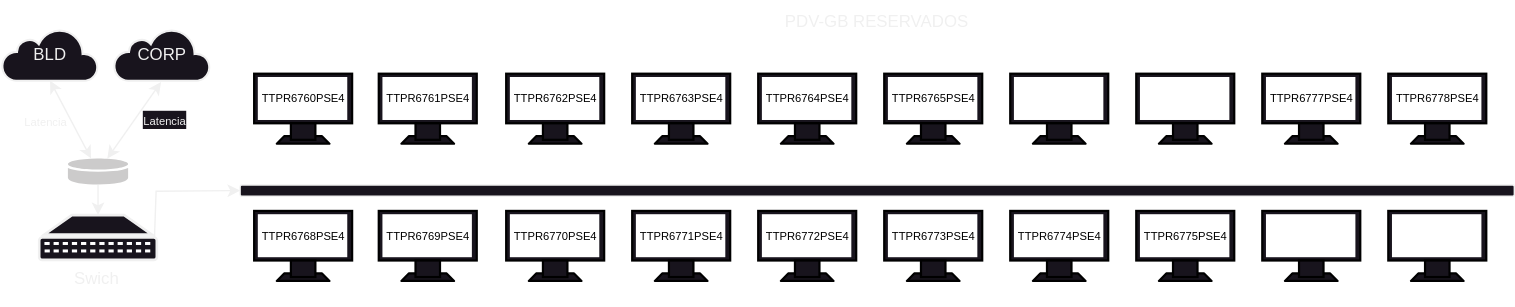
Before: Arquivo_svg_grafana/piloparqueV2.svg, a diagram exported from draw.io (PauloBassani-s/Grafana_Teste). Source tidied: cells renumbered, new cells last; positions are measured from the earlier drawing's top-left corner, leaving out a move shared by most shapes.
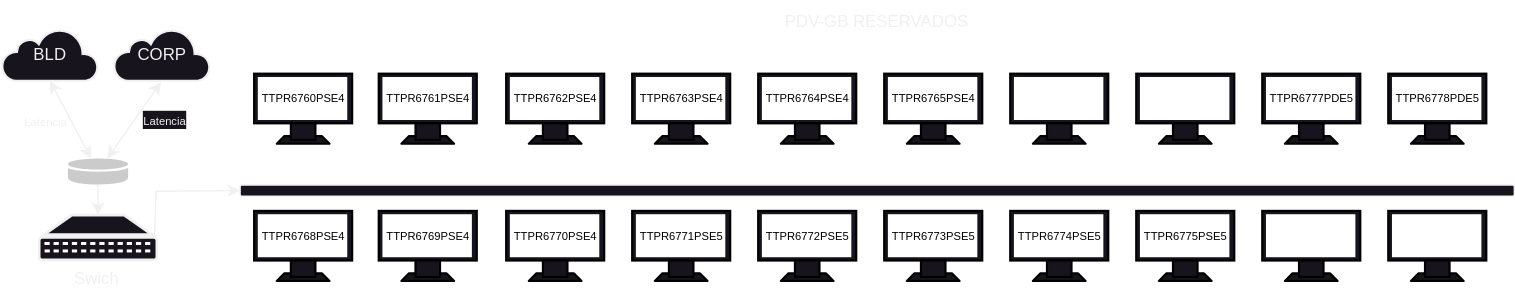
Later version of the same file.

The edit, as a diff of the source:
```diff
@@ -129,7 +129,7 @@
     <mxCell id="40" style="verticalAlign=top;verticalLabelPosition=bottom;labelPosition=center;align=center;html=0;gradientDirection=north;strokeWidth=2;shape=mxgraph.networks.monitor;labelBackgroundColor=none;strokeColor=#000000;" parent="39" vertex="1">
       <mxGeometry width="70" height="50" as="geometry" />
     </mxCell>
-    <mxCell id="41" value="&lt;font style=&quot;font-size: 8px;&quot; color=&quot;#000000&quot;&gt;TTPR6777PSE4&lt;/font&gt;" style="text;strokeColor=none;align=center;fillColor=none;html=1;verticalAlign=middle;whiteSpace=wrap;rounded=0;fontSize=12;fontFamily=Helvetica;labelBackgroundColor=none;" parent="39" vertex="1">
+    <mxCell id="41" value="&lt;font style=&quot;font-size: 8px;&quot; color=&quot;#000000&quot;&gt;TTPR6777PDE5&lt;/font&gt;" style="text;strokeColor=none;align=center;fillColor=none;html=1;verticalAlign=middle;whiteSpace=wrap;rounded=0;fontSize=12;fontFamily=Helvetica;labelBackgroundColor=none;" parent="39" vertex="1">
       <mxGeometry x="6.7" y="11" width="56.5" height="11" as="geometry" />
     </mxCell>
     <mxCell id="42" value="&lt;font color=&quot;#ffffff&quot; style=&quot;font-size: 10px;&quot;&gt;No-data&lt;/font&gt;" style="text;strokeColor=none;align=center;fillColor=none;html=1;verticalAlign=middle;whiteSpace=wrap;rounded=0;fontSize=12;fontFamily=Helvetica;labelBackgroundColor=none;" parent="39" vertex="1">
@@ -141,7 +141,7 @@
     <mxCell id="44" style="verticalAlign=top;verticalLabelPosition=bottom;labelPosition=center;align=center;html=0;gradientDirection=north;strokeWidth=2;shape=mxgraph.networks.monitor;labelBackgroundColor=none;strokeColor=#000000;" parent="43" vertex="1">
       <mxGeometry width="70" height="50" as="geometry" />
     </mxCell>
-    <mxCell id="45" value="&lt;font style=&quot;font-size: 8px;&quot; color=&quot;#000000&quot;&gt;TTPR6778PSE4&lt;/font&gt;" style="text;strokeColor=none;align=center;fillColor=none;html=1;verticalAlign=middle;whiteSpace=wrap;rounded=0;fontSize=12;fontFamily=Helvetica;labelBackgroundColor=none;" parent="43" vertex="1">
+    <mxCell id="45" value="&lt;font style=&quot;font-size: 8px;&quot; color=&quot;#000000&quot;&gt;TTPR6778PDE5&lt;/font&gt;" style="text;strokeColor=none;align=center;fillColor=none;html=1;verticalAlign=middle;whiteSpace=wrap;rounded=0;fontSize=12;fontFamily=Helvetica;labelBackgroundColor=none;" parent="43" vertex="1">
       <mxGeometry x="6.7" y="11" width="56.5" height="11" as="geometry" />
     </mxCell>
     <mxCell id="46" value="&lt;font color=&quot;#ffffff&quot; style=&quot;font-size: 10px;&quot;&gt;No-data&lt;/font&gt;" style="text;strokeColor=none;align=center;fillColor=none;html=1;verticalAlign=middle;whiteSpace=wrap;rounded=0;fontSize=12;fontFamily=Helvetica;labelBackgroundColor=none;" parent="43" vertex="1">
@@ -189,7 +189,7 @@
     <mxCell id="60" style="verticalAlign=top;verticalLabelPosition=bottom;labelPosition=center;align=center;html=0;gradientDirection=north;strokeWidth=2;shape=mxgraph.networks.monitor;labelBackgroundColor=none;strokeColor=#000000;" parent="59" vertex="1">
       <mxGeometry width="70" height="50" as="geometry" />
     </mxCell>
-    <mxCell id="61" value="&lt;font style=&quot;font-size: 8px;&quot; color=&quot;#000000&quot;&gt;TTPR6774PSE4&lt;/font&gt;" style="text;strokeColor=none;align=center;fillColor=none;html=1;verticalAlign=middle;whiteSpace=wrap;rounded=0;fontSize=12;fontFamily=Helvetica;labelBackgroundColor=none;" parent="59" vertex="1">
+    <mxCell id="61" value="&lt;font style=&quot;font-size: 8px;&quot; color=&quot;#000000&quot;&gt;TTPR6774PSE5&lt;/font&gt;" style="text;strokeColor=none;align=center;fillColor=none;html=1;verticalAlign=middle;whiteSpace=wrap;rounded=0;fontSize=12;fontFamily=Helvetica;labelBackgroundColor=none;" parent="59" vertex="1">
       <mxGeometry x="6.7" y="11" width="56.5" height="11" as="geometry" />
     </mxCell>
     <mxCell id="62" value="&lt;font color=&quot;#ffffff&quot; style=&quot;font-size: 10px;&quot;&gt;No-data&lt;/font&gt;" style="text;strokeColor=none;align=center;fillColor=none;html=1;verticalAlign=middle;whiteSpace=wrap;rounded=0;fontSize=12;fontFamily=Helvetica;labelBackgroundColor=none;" parent="59" vertex="1">
@@ -201,7 +201,7 @@
     <mxCell id="64" style="verticalAlign=top;verticalLabelPosition=bottom;labelPosition=center;align=center;html=0;gradientDirection=north;strokeWidth=2;shape=mxgraph.networks.monitor;labelBackgroundColor=none;strokeColor=#000000;" parent="63" vertex="1">
       <mxGeometry width="70" height="50" as="geometry" />
     </mxCell>
-    <mxCell id="65" value="&lt;font style=&quot;font-size: 8px;&quot; color=&quot;#000000&quot;&gt;TTPR6772PSE4&lt;/font&gt;" style="text;strokeColor=none;align=center;fillColor=none;html=1;verticalAlign=middle;whiteSpace=wrap;rounded=0;fontSize=12;fontFamily=Helvetica;labelBackgroundColor=none;" parent="63" vertex="1">
+    <mxCell id="65" value="&lt;font style=&quot;font-size: 8px;&quot; color=&quot;#000000&quot;&gt;TTPR6772PSE5&lt;/font&gt;" style="text;strokeColor=none;align=center;fillColor=none;html=1;verticalAlign=middle;whiteSpace=wrap;rounded=0;fontSize=12;fontFamily=Helvetica;labelBackgroundColor=none;" parent="63" vertex="1">
       <mxGeometry x="6.7" y="11" width="56.5" height="11" as="geometry" />
     </mxCell>
     <mxCell id="66" value="&lt;font color=&quot;#ffffff&quot; style=&quot;font-size: 10px;&quot;&gt;No-data&lt;/font&gt;" style="text;strokeColor=none;align=center;fillColor=none;html=1;verticalAlign=middle;whiteSpace=wrap;rounded=0;fontSize=12;fontFamily=Helvetica;labelBackgroundColor=none;" parent="63" vertex="1">
@@ -213,7 +213,7 @@
     <mxCell id="68" style="verticalAlign=top;verticalLabelPosition=bottom;labelPosition=center;align=center;html=0;gradientDirection=north;strokeWidth=2;shape=mxgraph.networks.monitor;labelBackgroundColor=none;strokeColor=#000000;" parent="67" vertex="1">
       <mxGeometry width="70" height="50" as="geometry" />
     </mxCell>
-    <mxCell id="69" value="&lt;font style=&quot;font-size: 8px;&quot; color=&quot;#000000&quot;&gt;TTPR6771PSE4&lt;/font&gt;" style="text;strokeColor=none;align=center;fillColor=none;html=1;verticalAlign=middle;whiteSpace=wrap;rounded=0;fontSize=12;fontFamily=Helvetica;labelBackgroundColor=none;" parent="67" vertex="1">
+    <mxCell id="69" value="&lt;font style=&quot;font-size: 8px;&quot; color=&quot;#000000&quot;&gt;TTPR6771PSE5&lt;/font&gt;" style="text;strokeColor=none;align=center;fillColor=none;html=1;verticalAlign=middle;whiteSpace=wrap;rounded=0;fontSize=12;fontFamily=Helvetica;labelBackgroundColor=none;" parent="67" vertex="1">
       <mxGeometry x="6.7" y="11" width="56.5" height="11" as="geometry" />
     </mxCell>
     <mxCell id="70" value="&lt;font color=&quot;#ffffff&quot; style=&quot;font-size: 10px;&quot;&gt;No-data&lt;/font&gt;" style="text;strokeColor=none;align=center;fillColor=none;html=1;verticalAlign=middle;whiteSpace=wrap;rounded=0;fontSize=12;fontFamily=Helvetica;labelBackgroundColor=none;" parent="67" vertex="1">
@@ -225,7 +225,7 @@
     <mxCell id="72" style="verticalAlign=top;verticalLabelPosition=bottom;labelPosition=center;align=center;html=0;gradientDirection=north;strokeWidth=2;shape=mxgraph.networks.monitor;labelBackgroundColor=none;strokeColor=#000000;" parent="71" vertex="1">
       <mxGeometry width="70" height="50" as="geometry" />
     </mxCell>
-    <mxCell id="73" value="&lt;font style=&quot;font-size: 8px;&quot; color=&quot;#000000&quot;&gt;TTPR6775PSE4&lt;/font&gt;" style="text;strokeColor=none;align=center;fillColor=none;html=1;verticalAlign=middle;whiteSpace=wrap;rounded=0;fontSize=12;fontFamily=Helvetica;labelBackgroundColor=none;" parent="71" vertex="1">
+    <mxCell id="73" value="&lt;font style=&quot;font-size: 8px;&quot; color=&quot;#000000&quot;&gt;TTPR6775PSE5&lt;/font&gt;" style="text;strokeColor=none;align=center;fillColor=none;html=1;verticalAlign=middle;whiteSpace=wrap;rounded=0;fontSize=12;fontFamily=Helvetica;labelBackgroundColor=none;" parent="71" vertex="1">
       <mxGeometry x="6.7" y="11" width="56.5" height="11" as="geometry" />
     </mxCell>
     <mxCell id="74" value="&lt;font color=&quot;#ffffff&quot; style=&quot;font-size: 10px;&quot;&gt;No-data&lt;/font&gt;" style="text;strokeColor=none;align=center;fillColor=none;html=1;verticalAlign=middle;whiteSpace=wrap;rounded=0;fontSize=12;fontFamily=Helvetica;labelBackgroundColor=none;" parent="71" vertex="1">
@@ -237,7 +237,7 @@
     <mxCell id="76" style="verticalAlign=top;verticalLabelPosition=bottom;labelPosition=center;align=center;html=0;gradientDirection=north;strokeWidth=2;shape=mxgraph.networks.monitor;labelBackgroundColor=none;strokeColor=#000000;" parent="75" vertex="1">
       <mxGeometry width="70" height="50" as="geometry" />
     </mxCell>
-    <mxCell id="77" value="&lt;font style=&quot;font-size: 8px;&quot; color=&quot;#000000&quot;&gt;TTPR6773PSE4&lt;/font&gt;" style="text;strokeColor=none;align=center;fillColor=none;html=1;verticalAlign=middle;whiteSpace=wrap;rounded=0;fontSize=12;fontFamily=Helvetica;labelBackgroundColor=none;" parent="75" vertex="1">
+    <mxCell id="77" value="&lt;font style=&quot;font-size: 8px;&quot; color=&quot;#000000&quot;&gt;TTPR6773PSE5&lt;/font&gt;" style="text;strokeColor=none;align=center;fillColor=none;html=1;verticalAlign=middle;whiteSpace=wrap;rounded=0;fontSize=12;fontFamily=Helvetica;labelBackgroundColor=none;" parent="75" vertex="1">
       <mxGeometry x="6.7" y="11" width="56.5" height="11" as="geometry" />
     </mxCell>
     <mxCell id="78" value="&lt;font color=&quot;#ffffff&quot; style=&quot;font-size: 10px;&quot;&gt;No-data&lt;/font&gt;" style="text;strokeColor=none;align=center;fillColor=none;html=1;verticalAlign=middle;whiteSpace=wrap;rounded=0;fontSize=12;fontFamily=Helvetica;labelBackgroundColor=none;" parent="75" vertex="1">
```
